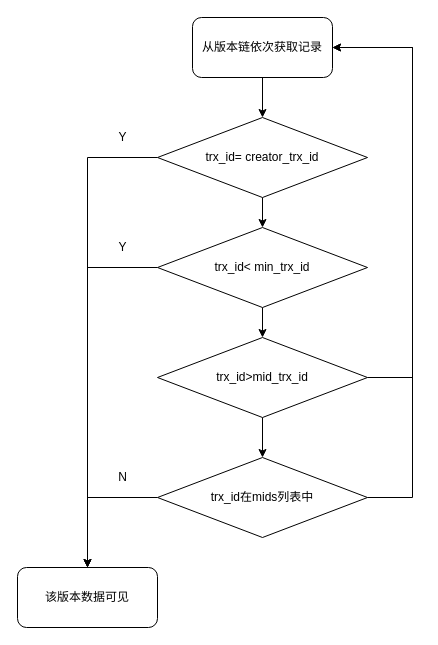
Before: mysql/mvcc版本链判断.drawio in erlieStar/diagrams, a draw.io diagram. Source tidied: cells renumbered, new cells numbered last; positions are measured from the earlier drawing's top-left corner, leaving out a move shared by most shapes. Both pictures are drawn from the tidied source at 100%, with x=0, y=0 at pixel (17, 17).
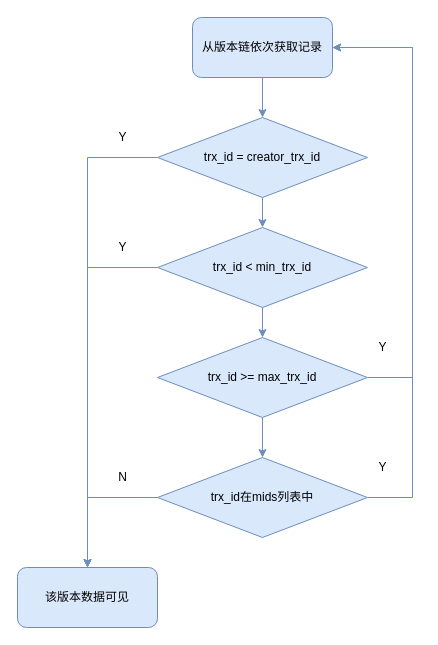
After the change.

Commit message (it also covers changes not shown here):
Update mvcc版本链判断.drawio

Diff of the diagram source:
```diff
@@
-    <mxCell id="2" style="edgeStyle=orthogonalEdgeStyle;rounded=0;jettySize=auto;html=1;" parent="1" edge="1" source="4" target="7">
+    <mxCell id="2" style="edgeStyle=orthogonalEdgeStyle;rounded=0;jettySize=auto;html=1;fillColor=#dae8fc;strokeColor=#6c8ebf;" parent="1" edge="1" source="4" target="7">
       <mxGeometry relative="1" as="geometry" />
     </mxCell>
-    <mxCell id="3" style="edgeStyle=orthogonalEdgeStyle;rounded=0;jettySize=auto;html=1;exitX=0;exitY=0.5;exitDx=0;exitDy=0;entryX=0.5;entryY=0;entryDx=0;entryDy=0;" parent="1" edge="1" source="4" target="16">
+    <mxCell id="3" style="edgeStyle=orthogonalEdgeStyle;rounded=0;jettySize=auto;html=1;exitX=0;exitY=0.5;exitDx=0;exitDy=0;entryX=0.5;entryY=0;entryDx=0;entryDy=0;fillColor=#dae8fc;strokeColor=#6c8ebf;" parent="1" edge="1" source="4" target="16">
       <mxGeometry relative="1" as="geometry" />
     </mxCell>
-    <mxCell id="4" value="trx_id=&lt;span style=&quot;box-sizing: border-box ; outline: 0px ; overflow-wrap: break-word&quot;&gt;&amp;nbsp;creator_trx_id&lt;/span&gt;" style="rhombus;whiteSpace=wrap;html=1;" parent="1" vertex="1">
+    <mxCell id="4" value="trx_id =&lt;span style=&quot;box-sizing: border-box ; outline: 0px ; overflow-wrap: break-word&quot;&gt;&amp;nbsp;creator_trx_id&lt;/span&gt;" style="rhombus;whiteSpace=wrap;html=1;fillColor=#dae8fc;strokeColor=#6c8ebf;" parent="1" vertex="1">
       <mxGeometry x="140" y="100" width="210" height="80" as="geometry" />
     </mxCell>
-    <mxCell id="5" style="edgeStyle=orthogonalEdgeStyle;rounded=0;jettySize=auto;html=1;" parent="1" edge="1" source="7" target="10">
+    <mxCell id="5" style="edgeStyle=orthogonalEdgeStyle;rounded=0;jettySize=auto;html=1;fillColor=#dae8fc;strokeColor=#6c8ebf;" parent="1" edge="1" source="7" target="10">
       <mxGeometry relative="1" as="geometry" />
     </mxCell>
-    <mxCell id="6" style="edgeStyle=orthogonalEdgeStyle;rounded=0;jettySize=auto;html=1;exitX=0;exitY=0.5;exitDx=0;exitDy=0;entryX=0.5;entryY=0;entryDx=0;entryDy=0;endArrow=classic;endFill=1;" parent="1" edge="1" source="7" target="16">
+    <mxCell id="6" style="edgeStyle=orthogonalEdgeStyle;rounded=0;jettySize=auto;html=1;exitX=0;exitY=0.5;exitDx=0;exitDy=0;entryX=0.5;entryY=0;entryDx=0;entryDy=0;endArrow=classic;endFill=1;fillColor=#dae8fc;strokeColor=#6c8ebf;" parent="1" edge="1" source="7" target="16">
       <mxGeometry relative="1" as="geometry" />
     </mxCell>
-    <mxCell id="7" value="trx_id&amp;lt;&lt;span style=&quot;box-sizing: border-box ; outline: 0px ; overflow-wrap: break-word&quot;&gt;&amp;nbsp;min_trx_id&lt;/span&gt;" style="rhombus;whiteSpace=wrap;html=1;" parent="1" vertex="1">
+    <mxCell id="7" value="trx_id &amp;lt;&lt;span style=&quot;box-sizing: border-box ; outline: 0px ; overflow-wrap: break-word&quot;&gt;&amp;nbsp;min_trx_id&lt;/span&gt;" style="rhombus;whiteSpace=wrap;html=1;fillColor=#dae8fc;strokeColor=#6c8ebf;" parent="1" vertex="1">
       <mxGeometry x="140" y="210" width="210" height="80" as="geometry" />
     </mxCell>
-    <mxCell id="8" style="edgeStyle=orthogonalEdgeStyle;rounded=0;jettySize=auto;html=1;" parent="1" edge="1" source="10" target="13">
+    <mxCell id="8" style="edgeStyle=orthogonalEdgeStyle;rounded=0;jettySize=auto;html=1;fillColor=#dae8fc;strokeColor=#6c8ebf;" parent="1" edge="1" source="10" target="13">
       <mxGeometry relative="1" as="geometry" />
     </mxCell>
-    <mxCell id="9" style="edgeStyle=orthogonalEdgeStyle;rounded=0;jettySize=auto;html=1;exitX=1;exitY=0.5;exitDx=0;exitDy=0;entryX=1;entryY=0.5;entryDx=0;entryDy=0;endArrow=classic;endFill=1;" parent="1" edge="1" source="10" target="15">
+    <mxCell id="9" style="edgeStyle=orthogonalEdgeStyle;rounded=0;jettySize=auto;html=1;exitX=1;exitY=0.5;exitDx=0;exitDy=0;entryX=1;entryY=0.5;entryDx=0;entryDy=0;endArrow=classic;endFill=1;fillColor=#dae8fc;strokeColor=#6c8ebf;" parent="1" edge="1" source="10" target="15">
       <mxGeometry relative="1" as="geometry">
         <Array as="points">
           <mxPoint x="395" y="360" />
           <mxPoint x="395" y="30" />
         </Array>
       </mxGeometry>
     </mxCell>
-    <mxCell id="10" value="trx_id&amp;gt;&lt;span style=&quot;box-sizing: border-box ; outline: 0px ; overflow-wrap: break-word&quot;&gt;mid_trx_id&lt;/span&gt;" style="rhombus;whiteSpace=wrap;html=1;" parent="1" vertex="1">
+    <mxCell id="10" value="trx_id &amp;gt;&lt;span style=&quot;box-sizing: border-box ; outline: 0px ; overflow-wrap: break-word&quot;&gt;= max_trx_id&lt;/span&gt;" style="rhombus;whiteSpace=wrap;html=1;fillColor=#dae8fc;strokeColor=#6c8ebf;" parent="1" vertex="1">
       <mxGeometry x="140" y="320" width="210" height="80" as="geometry" />
     </mxCell>
-    <mxCell id="11" style="edgeStyle=orthogonalEdgeStyle;rounded=0;jettySize=auto;html=1;exitX=0;exitY=0.5;exitDx=0;exitDy=0;entryX=0.5;entryY=0;entryDx=0;entryDy=0;endArrow=classic;endFill=1;" parent="1" edge="1" source="13" target="16">
+    <mxCell id="11" style="edgeStyle=orthogonalEdgeStyle;rounded=0;jettySize=auto;html=1;exitX=0;exitY=0.5;exitDx=0;exitDy=0;entryX=0.5;entryY=0;entryDx=0;entryDy=0;endArrow=classic;endFill=1;fillColor=#dae8fc;strokeColor=#6c8ebf;" parent="1" edge="1" source="13" target="16">
       <mxGeometry relative="1" as="geometry" />
     </mxCell>
-    <mxCell id="12" style="edgeStyle=orthogonalEdgeStyle;rounded=0;jettySize=auto;html=1;exitX=1;exitY=0.5;exitDx=0;exitDy=0;entryX=1;entryY=0.5;entryDx=0;entryDy=0;endArrow=classic;endFill=1;" parent="1" edge="1" source="13" target="15">
+    <mxCell id="12" style="edgeStyle=orthogonalEdgeStyle;rounded=0;jettySize=auto;html=1;exitX=1;exitY=0.5;exitDx=0;exitDy=0;entryX=1;entryY=0.5;entryDx=0;entryDy=0;endArrow=classic;endFill=1;fillColor=#dae8fc;strokeColor=#6c8ebf;" parent="1" edge="1" source="13" target="15">
       <mxGeometry relative="1" as="geometry">
         <Array as="points">
           <mxPoint x="395" y="480" />
           <mxPoint x="395" y="30" />
         </Array>
       </mxGeometry>
     </mxCell>
-    <mxCell id="13" value="trx_id在mids列表中" style="rhombus;whiteSpace=wrap;html=1;" parent="1" vertex="1">
+    <mxCell id="13" value="trx_id在mids列表中" style="rhombus;whiteSpace=wrap;html=1;fillColor=#dae8fc;strokeColor=#6c8ebf;" parent="1" vertex="1">
       <mxGeometry x="140" y="440" width="210" height="80" as="geometry" />
     </mxCell>
-    <mxCell id="14" style="edgeStyle=orthogonalEdgeStyle;rounded=0;jettySize=auto;html=1;" parent="1" edge="1" source="15" target="4">
+    <mxCell id="14" style="edgeStyle=orthogonalEdgeStyle;rounded=0;jettySize=auto;html=1;fillColor=#dae8fc;strokeColor=#6c8ebf;" parent="1" edge="1" source="15" target="4">
       <mxGeometry relative="1" as="geometry" />
     </mxCell>
-    <mxCell id="15" value="&lt;span&gt;从版本链依次获取记录&lt;/span&gt;" style="rounded=1;whiteSpace=wrap;html=1;" parent="1" vertex="1">
+    <mxCell id="15" value="&lt;span&gt;从版本链依次获取记录&lt;/span&gt;" style="rounded=1;whiteSpace=wrap;html=1;fillColor=#dae8fc;strokeColor=#6c8ebf;" parent="1" vertex="1">
       <mxGeometry x="175" width="140" height="60" as="geometry" />
     </mxCell>
-    <mxCell id="16" value="该版本数据可见" style="rounded=1;whiteSpace=wrap;html=1;" parent="1" vertex="1">
+    <mxCell id="16" value="该版本数据可见" style="rounded=1;whiteSpace=wrap;html=1;fillColor=#dae8fc;strokeColor=#6c8ebf;" parent="1" vertex="1">
       <mxGeometry y="550" width="140" height="60" as="geometry" />
     </mxCell>
-    <mxCell id="17" value="Y" style="text;html=1;align=center;verticalAlign=middle;strokeColor=none;fillColor=none;" parent="1" vertex="1">
+    <mxCell id="17" value="Y" style="text;html=1;align=center;verticalAlign=middle;" parent="1" vertex="1">
       <mxGeometry x="95" y="110" width="20" height="20" as="geometry" />
     </mxCell>
-    <mxCell id="18" value="Y" style="text;html=1;align=center;verticalAlign=middle;strokeColor=none;fillColor=none;" parent="1" vertex="1">
+    <mxCell id="18" value="Y" style="text;html=1;align=center;verticalAlign=middle;" parent="1" vertex="1">
       <mxGeometry x="95" y="220" width="20" height="20" as="geometry" />
     </mxCell>
-    <mxCell id="19" value="N" style="text;html=1;align=center;verticalAlign=middle;strokeColor=none;fillColor=none;" parent="1" vertex="1">
+    <mxCell id="19" value="N" style="text;html=1;align=center;verticalAlign=middle;" parent="1" vertex="1">
       <mxGeometry x="95" y="450" width="20" height="20" as="geometry" />
     </mxCell>
+    <mxCell id="20" value="Y" style="text;html=1;align=center;verticalAlign=middle;" parent="1" vertex="1">
+      <mxGeometry x="355" y="320" width="20" height="20" as="geometry" />
+    </mxCell>
+    <mxCell id="21" value="Y" style="text;html=1;align=center;verticalAlign=middle;" parent="1" vertex="1">
+      <mxGeometry x="355" y="440" width="20" height="20" as="geometry" />
+    </mxCell>
```
